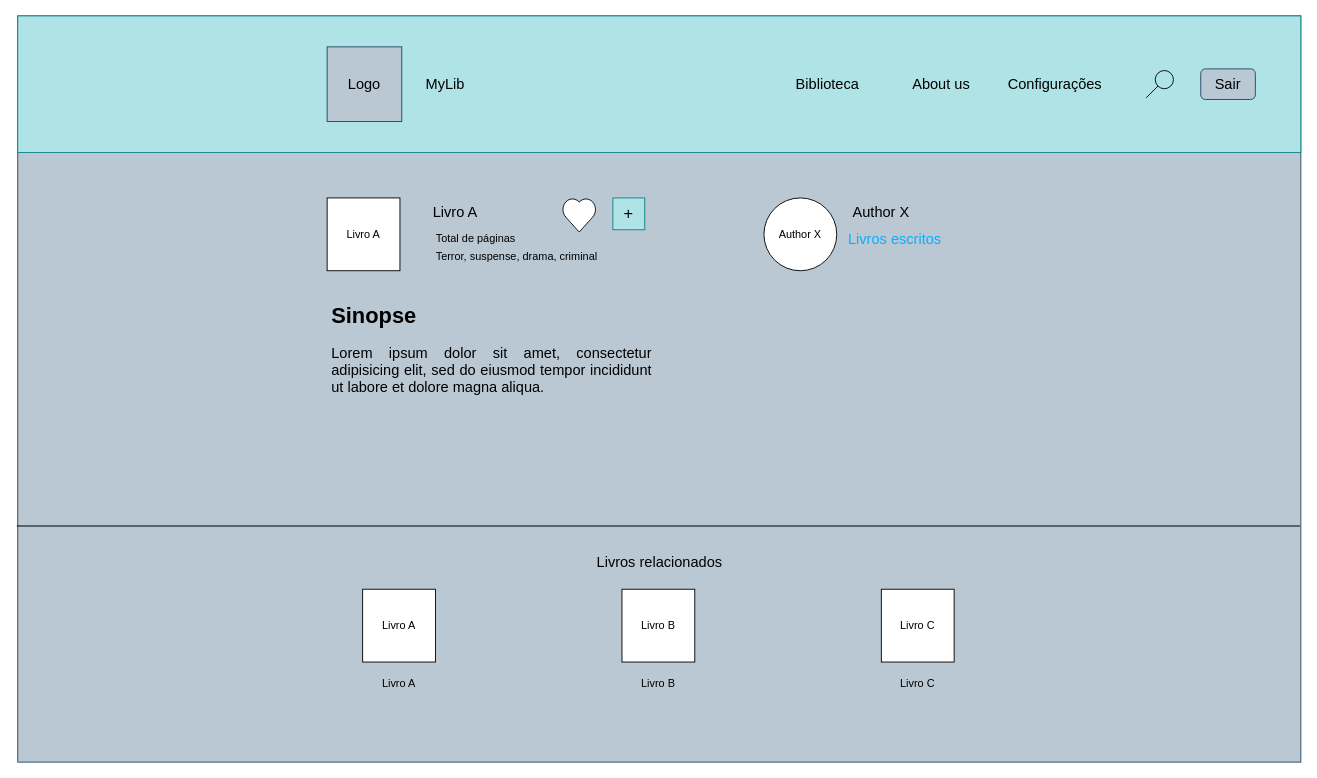
Above: page "Cópia do Acervo de educação desktop" (23 of 26) of Bookshelf.drawio in LeoHMuniz/FrontEnd (draw.io), before the change. Source tidied: cells renumbered, new cells numbered last; positions are measured from the earlier drawing's top-left corner, leaving out a move shared by most shapes. Both pictures are drawn from the tidied source at 91%, with x=0, y=0 at pixel (16, 15).
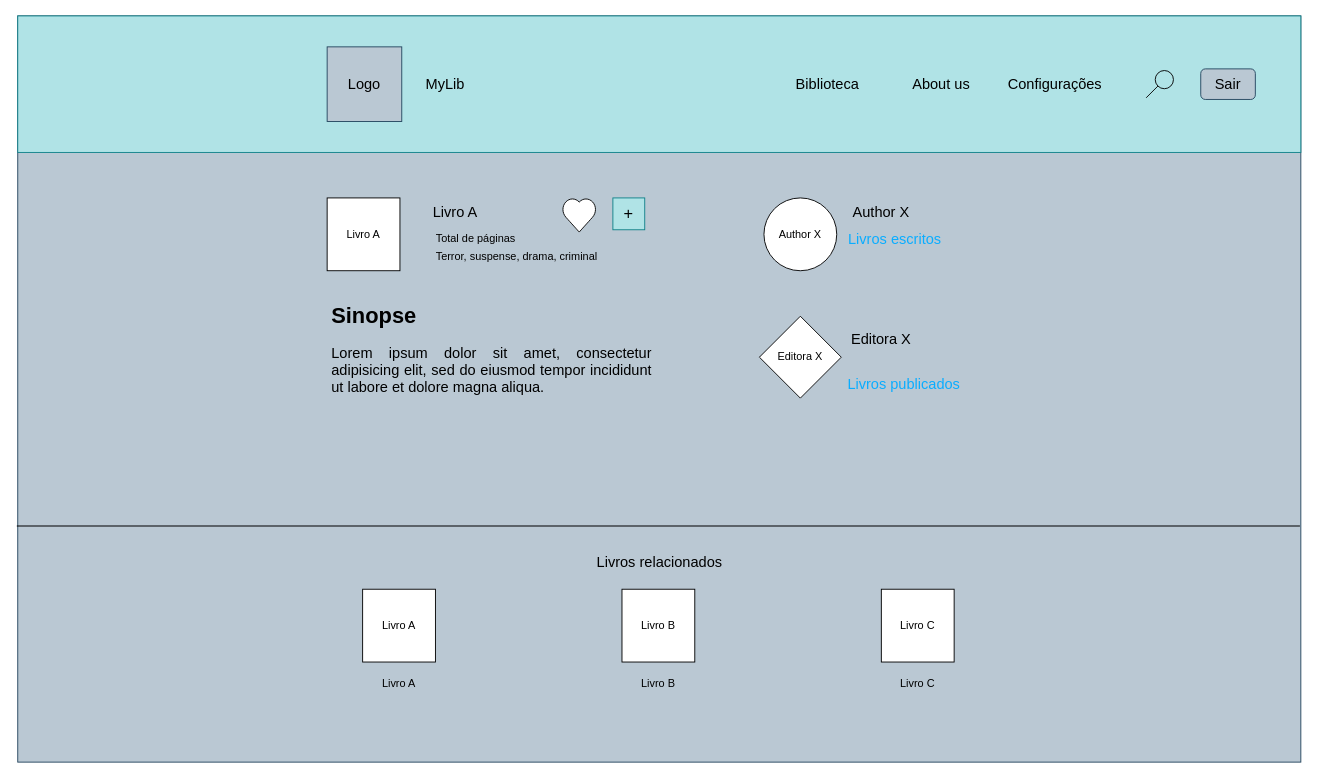
The same diagram, later.

Diff of the diagram source:
```diff
@@
+    <mxCell id="30" value="Editora X" style="rhombus;whiteSpace=wrap;html=1;" parent="1" vertex="1">
+      <mxGeometry x="816" y="330" width="90" height="90" as="geometry" />
+    </mxCell>
+    <mxCell id="31" value="&lt;font style=&quot;font-size: 16px;&quot;&gt;Editora X&lt;/font&gt;" style="text;html=1;strokeColor=none;fillColor=none;align=center;verticalAlign=middle;whiteSpace=wrap;rounded=0;" parent="1" vertex="1">
+      <mxGeometry x="909" y="340" width="82" height="30" as="geometry" />
+    </mxCell>
+    <mxCell id="32" value="&lt;font style=&quot;font-size: 16px;&quot; color=&quot;#0aadff&quot;&gt;Livros publicados&lt;/font&gt;" style="text;html=1;strokeColor=none;fillColor=none;align=center;verticalAlign=middle;whiteSpace=wrap;rounded=0;" parent="1" vertex="1">
+      <mxGeometry x="909" y="390" width="132" height="30" as="geometry" />
+    </mxCell>
```
